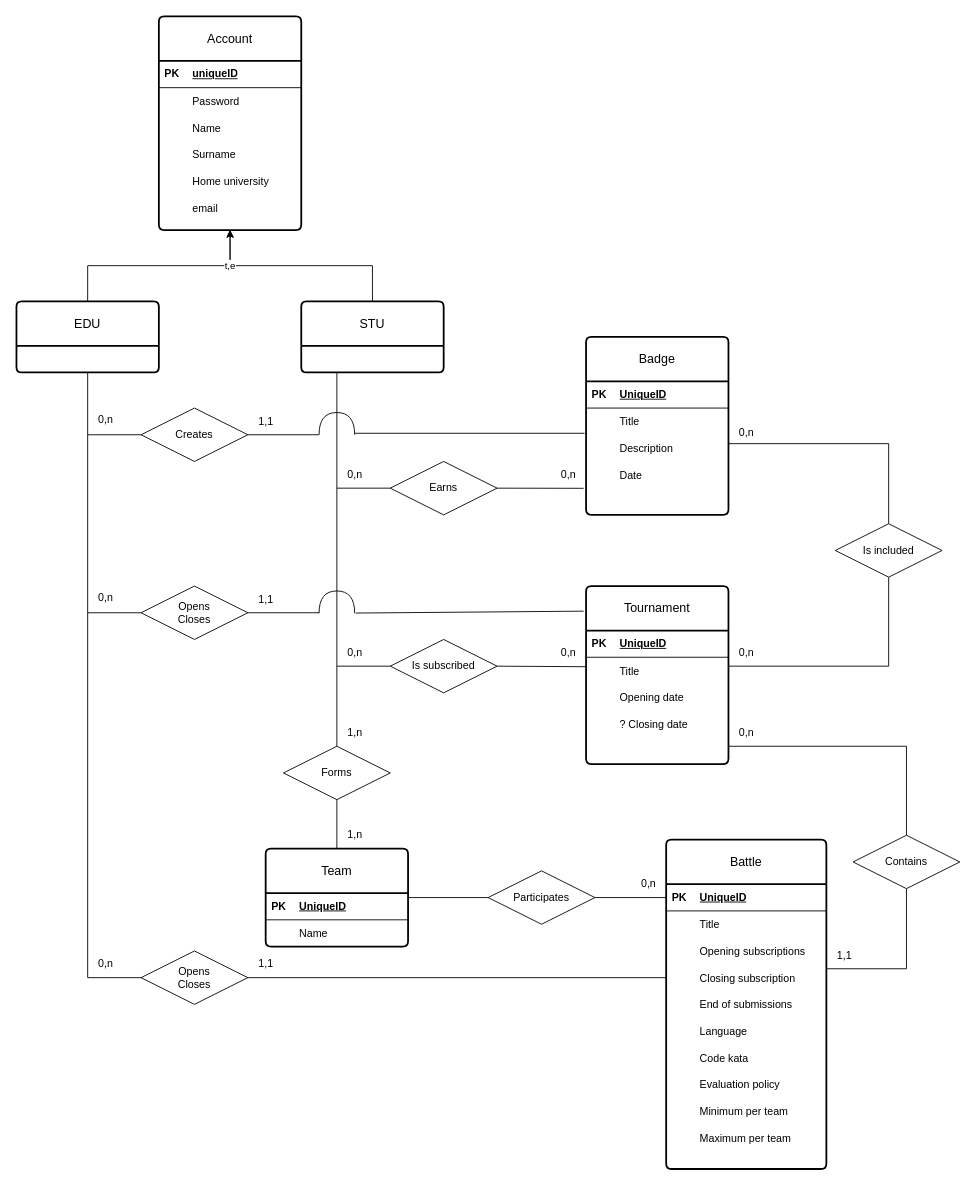
This is page "E-R" (3 of 9) of DD/images/diagrams/chapter2.drawio from pontig/sw-eng-2-PasiniPontiggiaStasi, a draw.io file, before an edit. Source tidied: cells renumbered, new cells numbered last; positions are measured from the earlier drawing's top-left corner, leaving out a move shared by most shapes. Both pictures are drawn from the tidied source at 89%, with x=0, y=0 at pixel (16, 16).
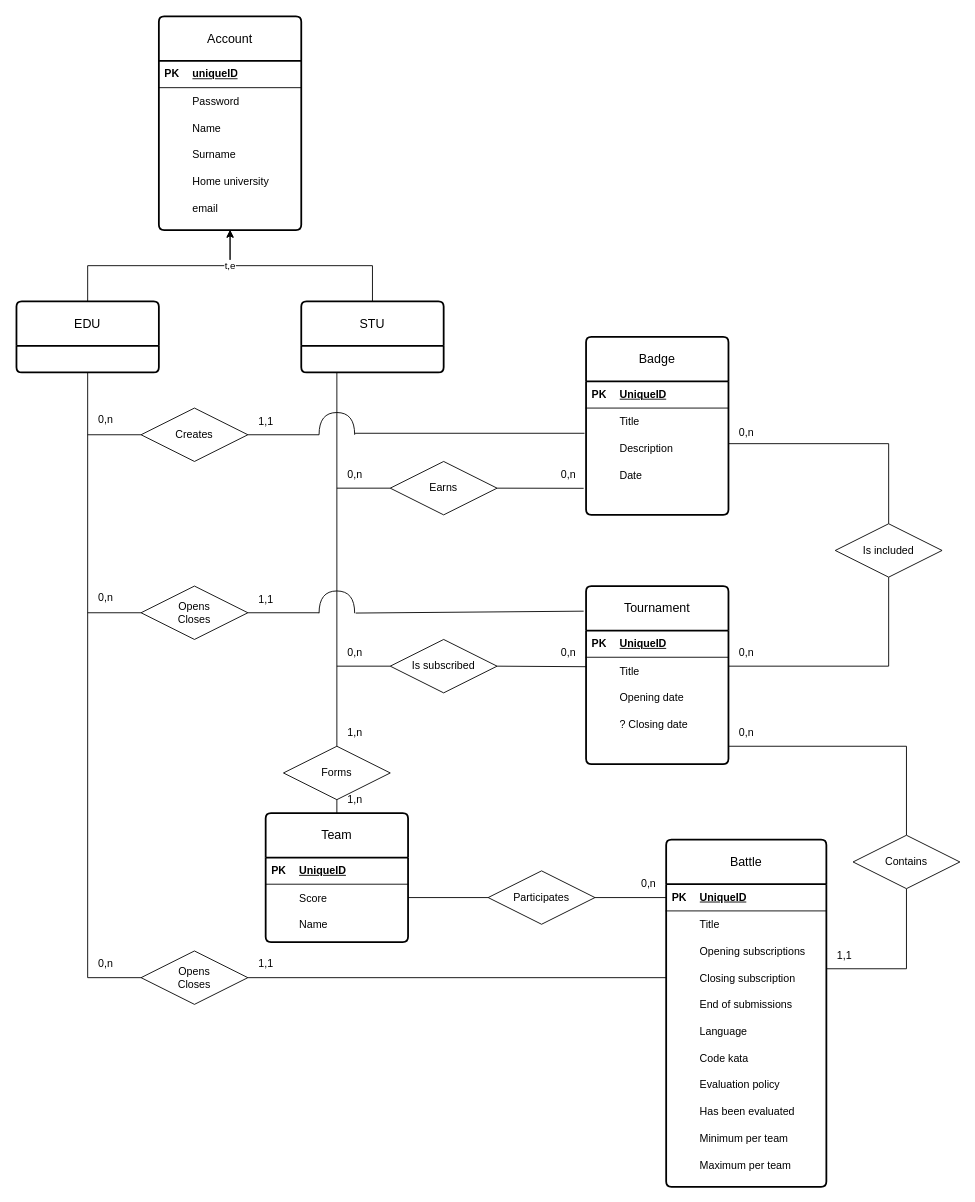
The same diagram, later.

Unchanged cells that the change refers to:
```xml
<mxCell id="91" value="Participates" style="shape=rhombus;perimeter=rhombusPerimeter;whiteSpace=wrap;html=1;align=center;" parent="1" vertex="1">
  <mxGeometry x="530" y="960" width="120" height="60" as="geometry" />
</mxCell>
```

Change to the diagram source:
```diff
@@
     <mxCell id="58" value="Battle" style="swimlane;horizontal=1;startSize=50;rounded=1;fontSize=14;fontStyle=0;strokeWidth=2;shadow=0;dashed=0;align=center;arcSize=4;whiteSpace=wrap;html=1;" parent="1" vertex="1">
-      <mxGeometry x="730" y="925" width="180" height="370" as="geometry" />
+      <mxGeometry x="730" y="925" width="180" height="390" as="geometry" />
     </mxCell>
     <mxCell id="59" style="shape=table;startSize=0;childLayout=tableLayout;rowLines=0;fontStyle=0;align=center;strokeColor=none;fillColor=none;" parent="58" vertex="1">
-      <mxGeometry y="50" width="180" height="320" as="geometry" />
+      <mxGeometry y="50" width="180" height="340" as="geometry" />
     </mxCell>
@@
+    <mxCell id="143" style="shape=tableRow;horizontal=0;startSize=0;swimlaneHead=0;swimlaneBody=0;fillColor=none;top=0;left=0;right=0;bottom=0;" parent="59" vertex="1">
+      <mxGeometry y="240" width="180" height="30" as="geometry" />
+    </mxCell>
+    <mxCell id="144" style="shape=partialRectangle;fillColor=none;top=0;left=0;bottom=0;right=0;overflow=hidden;" parent="143" vertex="1">
+      <mxGeometry width="30" height="30" as="geometry" />
+    </mxCell>
+    <mxCell id="145" value="Has been evaluated" style="shape=partialRectangle;fillColor=none;top=0;left=0;bottom=0;right=0;align=left;spacingLeft=6;overflow=hidden;" parent="143" vertex="1">
+      <mxGeometry x="30" width="150" height="30" as="geometry" />
+    </mxCell>
     <mxCell id="84" style="shape=tableRow;horizontal=0;startSize=0;swimlaneHead=0;swimlaneBody=0;fillColor=none;top=0;left=0;right=0;bottom=0;" parent="59" vertex="1">
-      <mxGeometry y="240" width="180" height="30" as="geometry" />
+      <mxGeometry y="270" width="180" height="30" as="geometry" />
     </mxCell>
@@
     <mxCell id="87" style="shape=tableRow;horizontal=0;startSize=0;swimlaneHead=0;swimlaneBody=0;fillColor=none;top=0;left=0;right=0;bottom=0;" parent="59" vertex="1">
-      <mxGeometry y="270" width="180" height="30" as="geometry" />
+      <mxGeometry y="300" width="180" height="30" as="geometry" />
     </mxCell>
@@
     <mxCell id="92" value="Team" style="swimlane;horizontal=1;startSize=50;rounded=1;fontSize=14;fontStyle=0;strokeWidth=2;shadow=0;dashed=0;align=center;arcSize=4;whiteSpace=wrap;html=1;" parent="1" vertex="1">
-      <mxGeometry x="280" y="935" width="160" height="110" as="geometry" />
+      <mxGeometry x="280" y="895" width="160" height="145" as="geometry" />
     </mxCell>
     <mxCell id="93" style="shape=table;startSize=0;childLayout=tableLayout;rowLines=0;fontStyle=0;align=center;strokeColor=none;fillColor=none;" parent="92" vertex="1">
-      <mxGeometry y="50" width="160" height="60" as="geometry" />
+      <mxGeometry y="50" width="160" height="95" as="geometry" />
     </mxCell>
@@
+    <mxCell id="146" style="shape=tableRow;horizontal=0;startSize=0;swimlaneHead=0;swimlaneBody=0;fillColor=none;points=[[0,0.5],[1,0.5]];portConstraint=eastwest;top=0;left=0;right=0;bottom=0;" parent="93" vertex="1">
+      <mxGeometry y="30" width="160" height="30" as="geometry" />
+    </mxCell>
+    <mxCell id="147" style="shape=partialRectangle;fillColor=none;top=0;left=0;bottom=0;right=0;overflow=hidden;" parent="146" vertex="1">
+      <mxGeometry width="30" height="30" as="geometry" />
+    </mxCell>
+    <mxCell id="148" value="Score" style="shape=partialRectangle;fillColor=none;top=0;left=0;bottom=0;right=0;align=left;spacingLeft=6;overflow=hidden;" parent="146" vertex="1">
+      <mxGeometry x="30" width="130" height="30" as="geometry" />
+    </mxCell>
     <mxCell id="97" style="shape=tableRow;horizontal=0;startSize=0;swimlaneHead=0;swimlaneBody=0;fillColor=none;top=0;left=0;right=0;bottom=0;" parent="93" vertex="1">
-      <mxGeometry y="30" width="160" height="30" as="geometry" />
+      <mxGeometry y="60" width="160" height="30" as="geometry" />
     </mxCell>
@@
-    <mxCell id="110" style="endArrow=none;html=1;rounded=0;exitX=1;exitY=0.5;exitDx=0;exitDy=0;entryX=0;entryY=0.5;entryDx=0;entryDy=0;" parent="1" edge="1" source="92" target="91">
+    <mxCell id="110" style="endArrow=none;html=1;rounded=0;exitX=1;exitY=0.5;exitDx=0;exitDy=0;entryX=0;entryY=0.5;entryDx=0;entryDy=0;" parent="1" edge="1" source="146" target="91">
       <mxGeometry relative="1" as="geometry" />
     </mxCell>
@@
     <mxCell id="138" value="1,n" style="text;html=1;align=center;verticalAlign=middle;strokeColor=none;fillColor=none;" parent="1" vertex="1">
-      <mxGeometry x="360" y="905" width="40" height="30" as="geometry" />
+      <mxGeometry x="360" y="865" width="40" height="30" as="geometry" />
     </mxCell>
```
